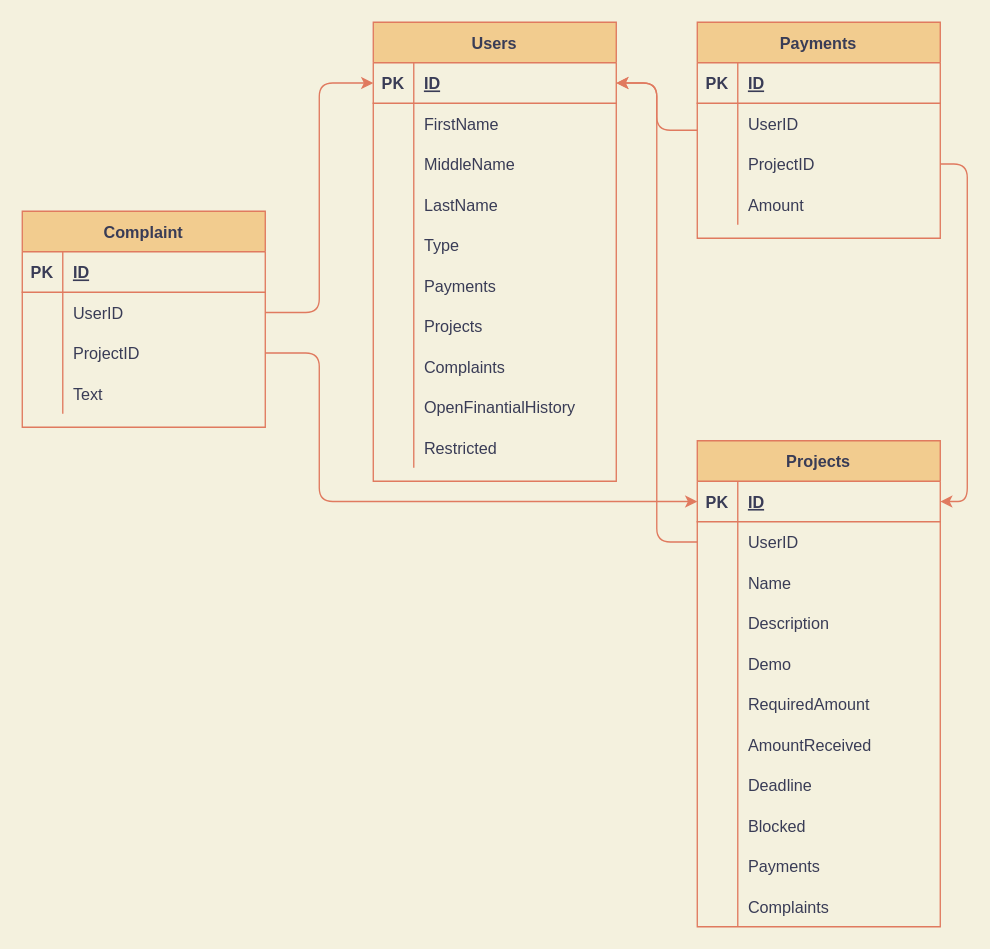
Earlier version of the draw.io diagram Project Boost/Diagrams/Диаграмма БД.drawio (ShirChoi/Project-Boost). Source tidied: cells renumbered, new cells numbered last; positions are measured from the earlier drawing's top-left corner, leaving out a move shared by most shapes. Both pictures are drawn from the tidied source at 135%, with x=0, y=0 at pixel (22, 22).
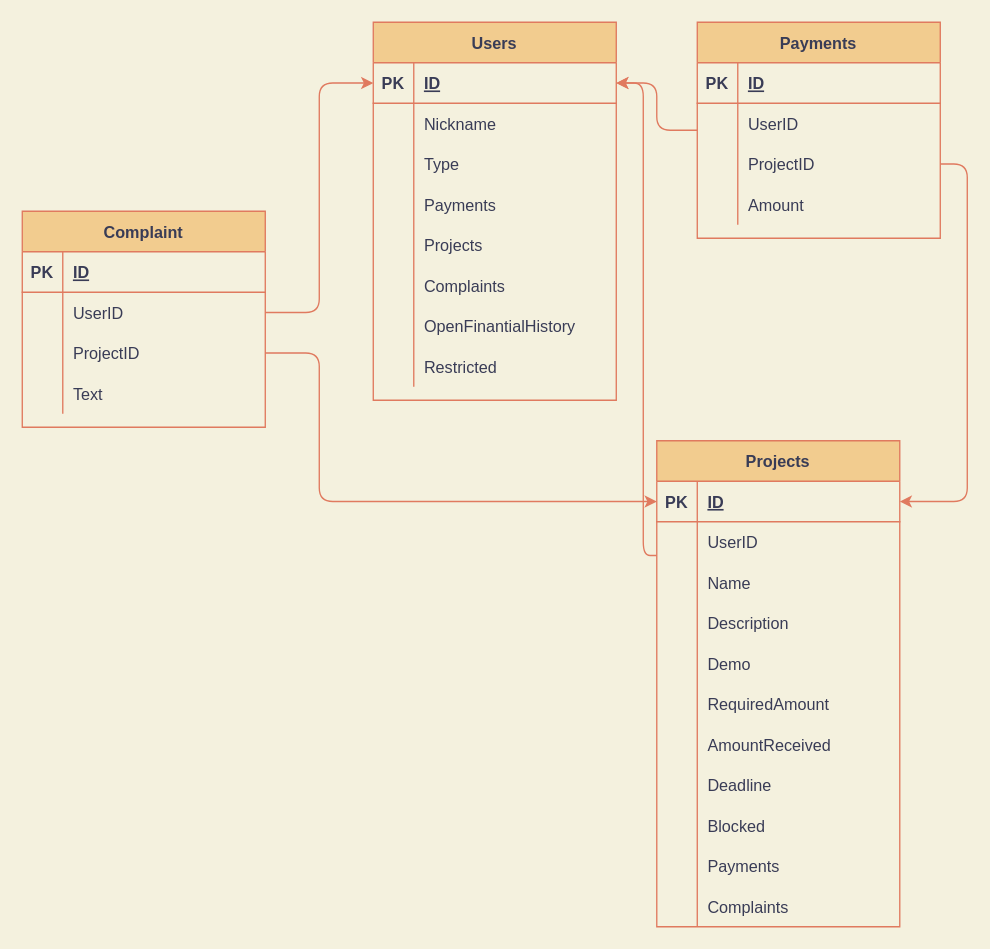
The same page after the edit.

Commit message (it also covers changes not shown here):
user table changes. Removed FirstName, MiddleName and LastName columns. Added NickName column

The change refers to these unchanged cells:
```xml
<mxCell id="3" style="shape=partialRectangle;fillColor=none;top=0;left=0;bottom=1;right=0;points=[[0,0.5],[1,0.5]];portConstraint=eastwest;strokeColor=#E07A5F;fontColor=#393C56;" parent="2" vertex="1">
  <mxGeometry y="30" width="180" height="30" as="geometry" />
</mxCell>
<mxCell id="6" style="shape=partialRectangle;fillColor=none;top=0;left=0;bottom=0;right=0;strokeColor=#E07A5F;fontColor=#393C56;" parent="2" vertex="1">
  <mxGeometry y="60" width="180" height="30" as="geometry" />
</mxCell>
<mxCell id="51" style="shape=partialRectangle;fillColor=none;top=0;left=0;bottom=0;right=0;points=[[0,0.5],[1,0.5]];portConstraint=eastwest;strokeColor=#E07A5F;fontColor=#393C56;" parent="47" vertex="1">
  <mxGeometry y="60" width="180" height="30" as="geometry" />
</mxCell>
```

Diff of the diagram source:
```diff
@@
     <mxCell id="2" value="Users" style="shape=table;startSize=30;childLayout=tableLayout;rowLines=0;fontStyle=1;align=center;fillColor=#F2CC8F;strokeColor=#E07A5F;fontColor=#393C56;" parent="1" vertex="1">
-      <mxGeometry x="260" width="180" height="340" as="geometry" />
+      <mxGeometry x="260" width="180" height="280" as="geometry" />
     </mxCell>
@@
-    <mxCell id="8" value="FirstName" style="shape=partialRectangle;fillColor=none;top=0;left=0;bottom=0;right=0;align=left;spacingLeft=6;overflow=hidden;strokeColor=#E07A5F;fontColor=#393C56;" parent="6" vertex="1">
+    <mxCell id="8" value="Nickname" style="shape=partialRectangle;fillColor=none;top=0;left=0;bottom=0;right=0;align=left;spacingLeft=6;overflow=hidden;strokeColor=#E07A5F;fontColor=#393C56;" parent="6" vertex="1">
       <mxGeometry x="30" width="150" height="30" as="geometry" />
     </mxCell>
-    <mxCell id="9" style="shape=partialRectangle;fillColor=none;top=0;left=0;bottom=0;right=0;strokeColor=#E07A5F;fontColor=#393C56;" parent="2" vertex="1">
-      <mxGeometry y="90" width="180" height="30" as="geometry" />
-    </mxCell>
-    <mxCell id="10" style="shape=partialRectangle;fillColor=none;top=0;left=0;bottom=0;right=0;overflow=hidden;strokeColor=#E07A5F;fontColor=#393C56;" parent="9" vertex="1">
-      <mxGeometry width="30" height="30" as="geometry" />
-    </mxCell>
-    <mxCell id="11" value="MiddleName" style="shape=partialRectangle;fillColor=none;top=0;left=0;bottom=0;right=0;align=left;spacingLeft=6;overflow=hidden;strokeColor=#E07A5F;fontColor=#393C56;" parent="9" vertex="1">
-      <mxGeometry x="30" width="150" height="30" as="geometry" />
-    </mxCell>
-    <mxCell id="12" style="shape=partialRectangle;fillColor=none;top=0;left=0;bottom=0;right=0;strokeColor=#E07A5F;fontColor=#393C56;" parent="2" vertex="1">
-      <mxGeometry y="120" width="180" height="30" as="geometry" />
-    </mxCell>
-    <mxCell id="13" style="shape=partialRectangle;fillColor=none;top=0;left=0;bottom=0;right=0;overflow=hidden;strokeColor=#E07A5F;fontColor=#393C56;" parent="12" vertex="1">
-      <mxGeometry width="30" height="30" as="geometry" />
-    </mxCell>
-    <mxCell id="14" value="LastName" style="shape=partialRectangle;fillColor=none;top=0;left=0;bottom=0;right=0;align=left;spacingLeft=6;overflow=hidden;strokeColor=#E07A5F;fontColor=#393C56;" parent="12" vertex="1">
-      <mxGeometry x="30" width="150" height="30" as="geometry" />
-    </mxCell>
     <mxCell id="15" style="shape=partialRectangle;fillColor=none;top=0;left=0;bottom=0;right=0;strokeColor=#E07A5F;fontColor=#393C56;" parent="2" vertex="1">
-      <mxGeometry y="150" width="180" height="30" as="geometry" />
+      <mxGeometry y="90" width="180" height="30" as="geometry" />
     </mxCell>
@@
     <mxCell id="18" style="shape=partialRectangle;fillColor=none;top=0;left=0;bottom=0;right=0;strokeColor=#E07A5F;fontColor=#393C56;" parent="2" vertex="1">
-      <mxGeometry y="180" width="180" height="30" as="geometry" />
+      <mxGeometry y="120" width="180" height="30" as="geometry" />
     </mxCell>
@@
     <mxCell id="21" style="shape=partialRectangle;fillColor=none;top=0;left=0;bottom=0;right=0;strokeColor=#E07A5F;fontColor=#393C56;" parent="2" vertex="1">
-      <mxGeometry y="210" width="180" height="30" as="geometry" />
+      <mxGeometry y="150" width="180" height="30" as="geometry" />
     </mxCell>
@@
     <mxCell id="24" style="shape=partialRectangle;fillColor=none;top=0;left=0;bottom=0;right=0;strokeColor=#E07A5F;fontColor=#393C56;" parent="2" vertex="1">
-      <mxGeometry y="240" width="180" height="30" as="geometry" />
+      <mxGeometry y="180" width="180" height="30" as="geometry" />
     </mxCell>
@@
     <mxCell id="27" style="shape=partialRectangle;fillColor=none;top=0;left=0;bottom=0;right=0;strokeColor=#E07A5F;fontColor=#393C56;" parent="2" vertex="1">
-      <mxGeometry y="270" width="180" height="30" as="geometry" />
+      <mxGeometry y="210" width="180" height="30" as="geometry" />
     </mxCell>
@@
     <mxCell id="30" style="shape=partialRectangle;fillColor=none;top=0;left=0;bottom=0;right=0;strokeColor=#E07A5F;fontColor=#393C56;" parent="2" vertex="1">
-      <mxGeometry y="300" width="180" height="30" as="geometry" />
+      <mxGeometry y="240" width="180" height="30" as="geometry" />
     </mxCell>
@@
     <mxCell id="47" value="Projects" style="shape=table;startSize=30;childLayout=tableLayout;rowLines=0;fontStyle=1;align=center;fillColor=#F2CC8F;strokeColor=#E07A5F;fontColor=#393C56;" parent="1" vertex="1">
-      <mxGeometry x="500" y="310" width="180" height="360" as="geometry" />
+      <mxGeometry x="470" y="310" width="180" height="360" as="geometry" />
     </mxCell>
@@
     <mxCell id="96" style="edgeStyle=orthogonalEdgeStyle;curved=0;rounded=1;sketch=0;jettySize=auto;html=1;entryX=1;entryY=0.5;entryDx=0;entryDy=0;fontColor=#393C56;strokeColor=#E07A5F;labelBackgroundColor=#F4F1DE;" parent="1" edge="1" source="51" target="3">
-      <mxGeometry relative="1" as="geometry" />
+      <mxGeometry relative="1" as="geometry">
+        <Array as="points">
+          <mxPoint x="460" y="395" />
+          <mxPoint x="460" y="45" />
+        </Array>
+      </mxGeometry>
     </mxCell>
```
